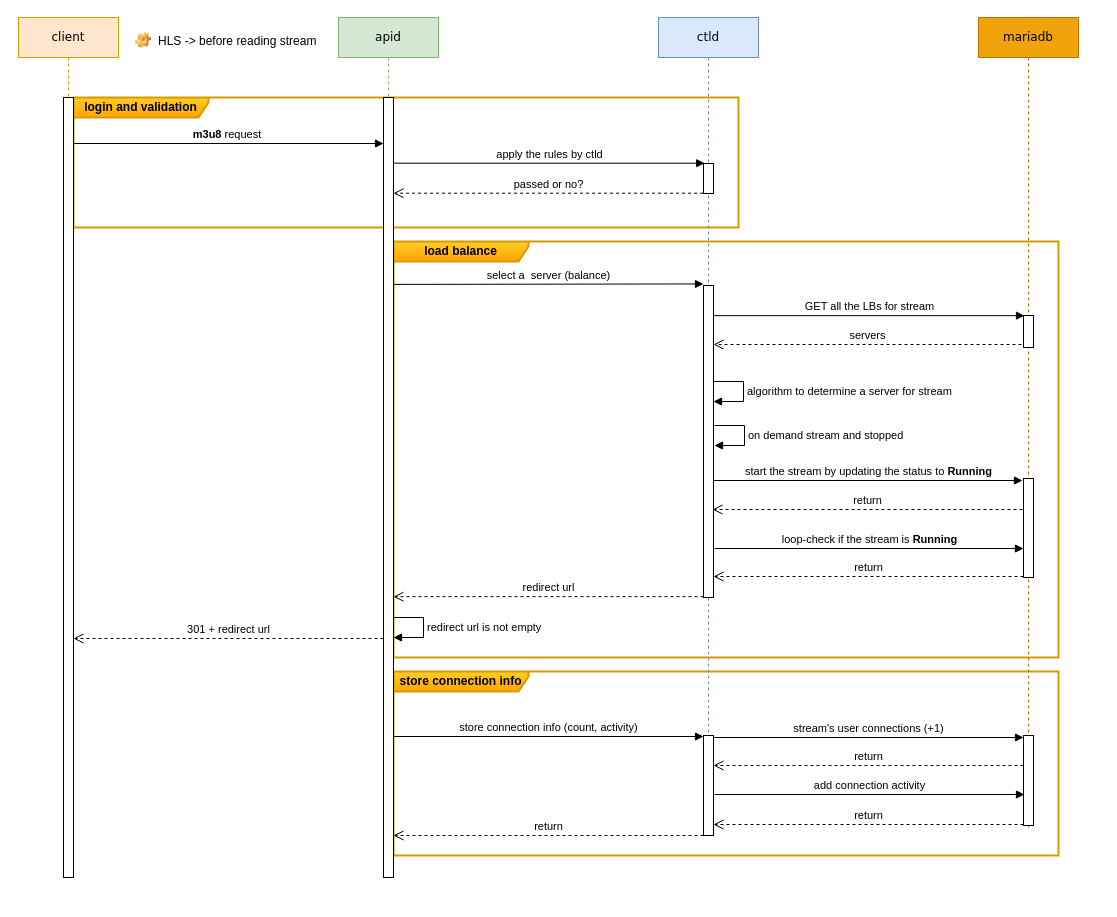
Above: media-core/apid.drawio in explorer2036/charts (draw.io), before the change. Source tidied: cells renumbered, new cells numbered last; positions are measured from the earlier drawing's top-left corner, leaving out a move shared by most shapes. Both pictures are drawn from the tidied source at 100%, with x=0, y=0 at pixel (18, 17).
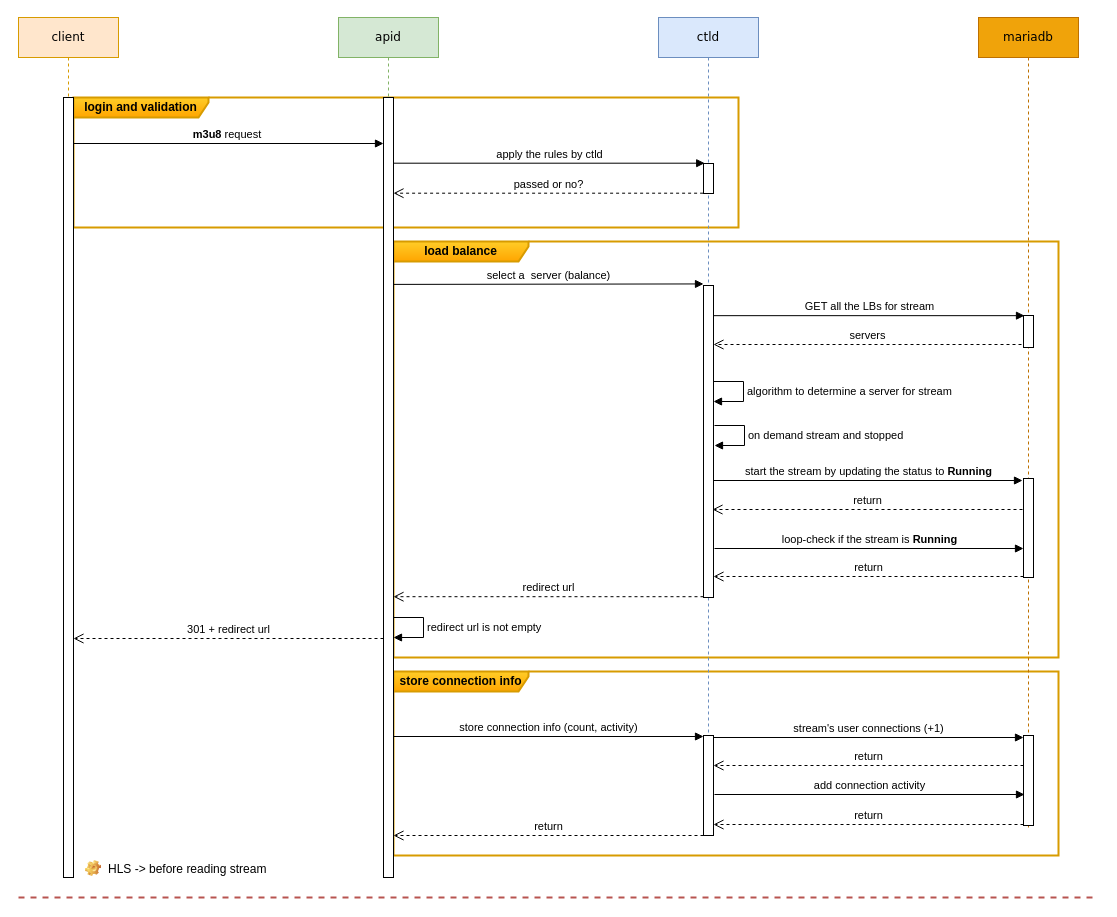
The same diagram, later.

Change to the diagram source:
```diff
@@
-    <mxCell id="27" value="HLS -&gt; before reading stream" style="label;fontStyle=0;strokeColor=none;fillColor=none;align=left;verticalAlign=top;overflow=hidden;spacingLeft=28;spacingRight=4;imageWidth=16;imageHeight=16;image=img/clipart/Gear_128x128.png;rounded=0;shadow=0;glass=0;sketch=0;" parent="1" vertex="1">
-      <mxGeometry x="110" y="10" width="200" height="26" as="geometry" />
+    <mxCell id="27" value="HLS -&gt; before reading stream" style="label;fontStyle=0;strokeColor=none;fillColor=none;align=left;verticalAlign=top;overflow=hidden;spacingLeft=28;spacingRight=4;imageWidth=16;imageHeight=16;image=img/clipart/Gear_128x128.png;rounded=0;shadow=0;glass=0;sketch=0;strokeWidth=3;" parent="1" vertex="1">
+      <mxGeometry x="60" y="838" width="200" height="26" as="geometry" />
     </mxCell>
@@
+    <mxCell id="39" style="endArrow=none;dashed=1;html=1;rounded=0;strokeWidth=2;fillColor=#f8cecc;gradientColor=#ea6b66;strokeColor=#b85450;" parent="1" edge="1">
+      <mxGeometry relative="1" as="geometry">
+        <mxPoint y="880" as="sourcePoint" />
+        <mxPoint x="1080" y="880" as="targetPoint" />
+      </mxGeometry>
+    </mxCell>
```
